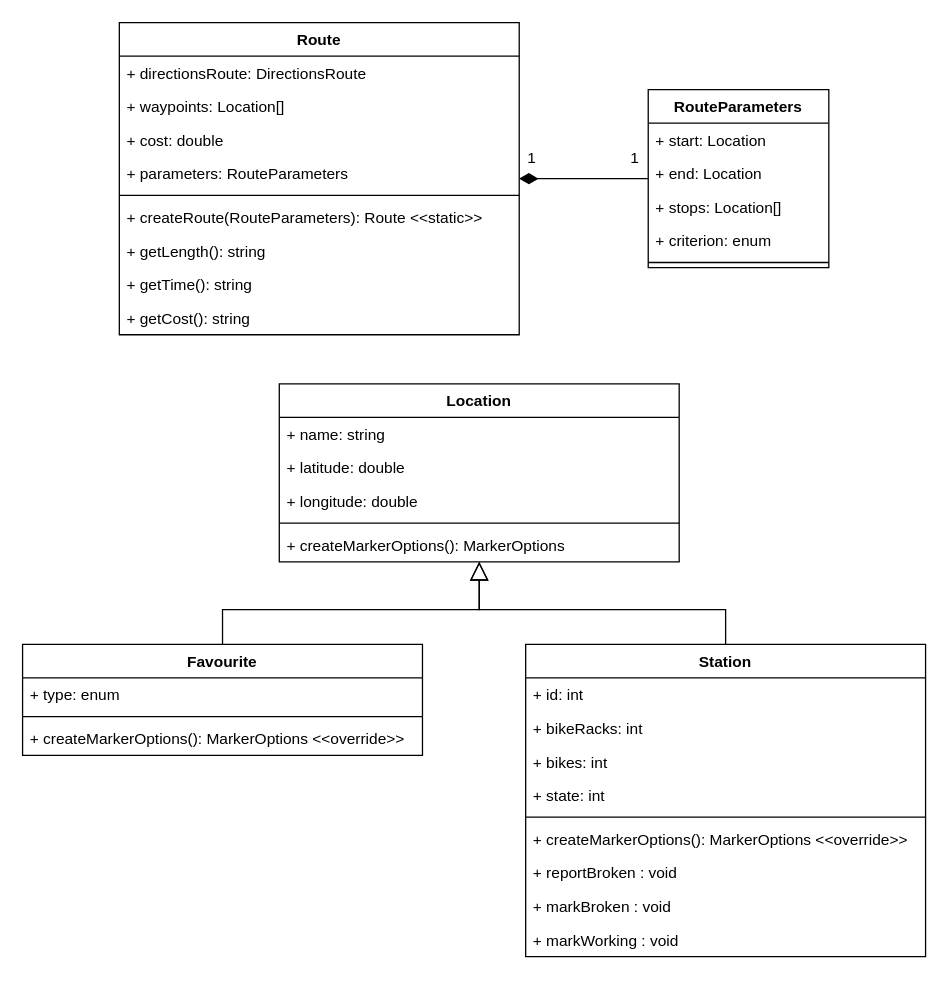
Before: diagramy/diagramklas.drawio in Freeturilo/FreeturiloDocumentation, a draw.io diagram. Source tidied: cells renumbered, new cells numbered last; positions are measured from the earlier drawing's top-left corner, leaving out a move shared by most shapes. Both pictures are drawn from the tidied source at 129%, with x=0, y=0 at pixel (22, 22).
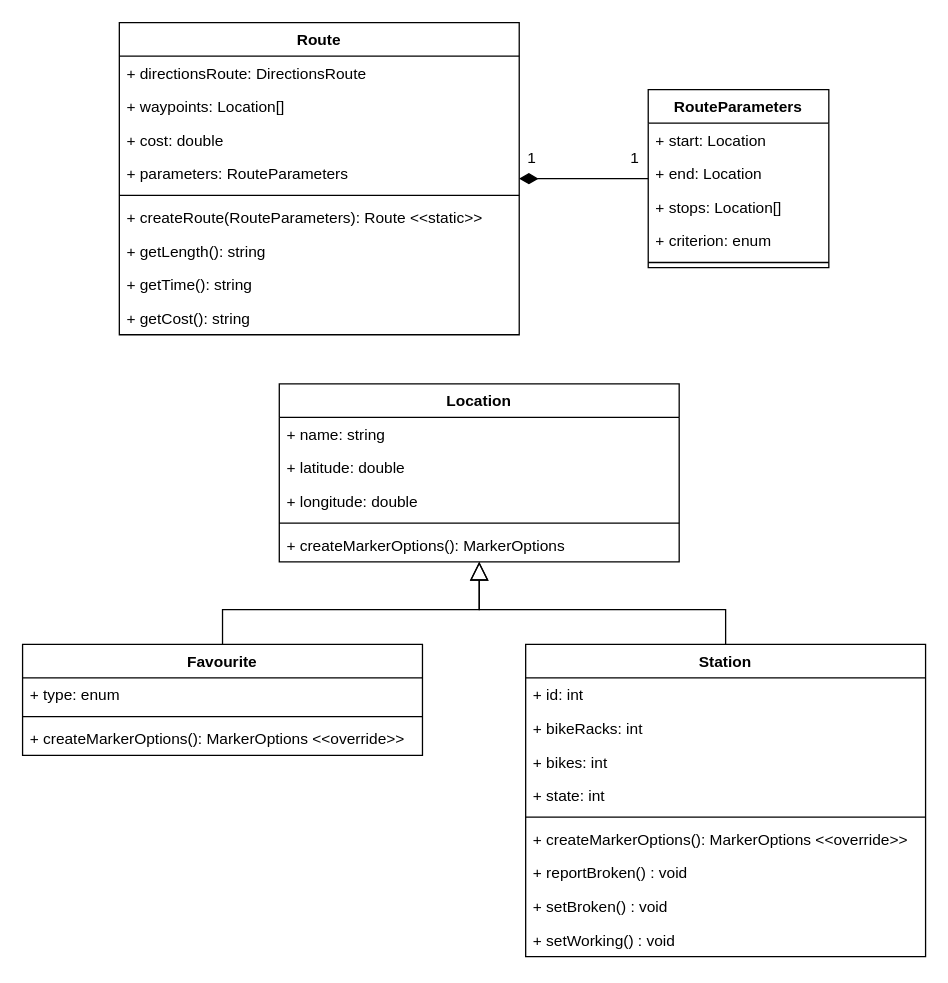
The same diagram, later.

Commit message:
Small fixes in the class diagram

The change refers to these unchanged cells:
```xml
<mxCell id="9" value="Station" style="swimlane;fontStyle=1;align=center;verticalAlign=top;horizontal=1;startSize=26;" parent="1" vertex="1">
  <mxGeometry x="390" y="482" width="310" height="242" as="geometry" />
</mxCell>
```

The edit, as a diff of the source:
```diff
@@
-    <mxCell id="16" value="+ reportBroken : void" style="text;strokeColor=none;fillColor=none;align=left;verticalAlign=top;spacingLeft=4;spacingRight=4;overflow=hidden;" parent="9" vertex="1">
+    <mxCell id="16" value="+ reportBroken() : void" style="text;strokeColor=none;fillColor=none;align=left;verticalAlign=top;spacingLeft=4;spacingRight=4;overflow=hidden;" parent="9" vertex="1">
       <mxGeometry y="164" width="310" height="26" as="geometry" />
     </mxCell>
-    <mxCell id="17" value="+ markBroken : void" style="text;strokeColor=none;fillColor=none;align=left;verticalAlign=top;spacingLeft=4;spacingRight=4;overflow=hidden;" parent="9" vertex="1">
+    <mxCell id="17" value="+ setBroken() : void" style="text;strokeColor=none;fillColor=none;align=left;verticalAlign=top;spacingLeft=4;spacingRight=4;overflow=hidden;" parent="9" vertex="1">
       <mxGeometry y="190" width="310" height="26" as="geometry" />
     </mxCell>
-    <mxCell id="18" value="+ markWorking : void" style="text;strokeColor=none;fillColor=none;align=left;verticalAlign=top;spacingLeft=4;spacingRight=4;overflow=hidden;" parent="9" vertex="1">
+    <mxCell id="18" value="+ setWorking() : void" style="text;strokeColor=none;fillColor=none;align=left;verticalAlign=top;spacingLeft=4;spacingRight=4;overflow=hidden;" parent="9" vertex="1">
       <mxGeometry y="216" width="310" height="26" as="geometry" />
     </mxCell>
```
